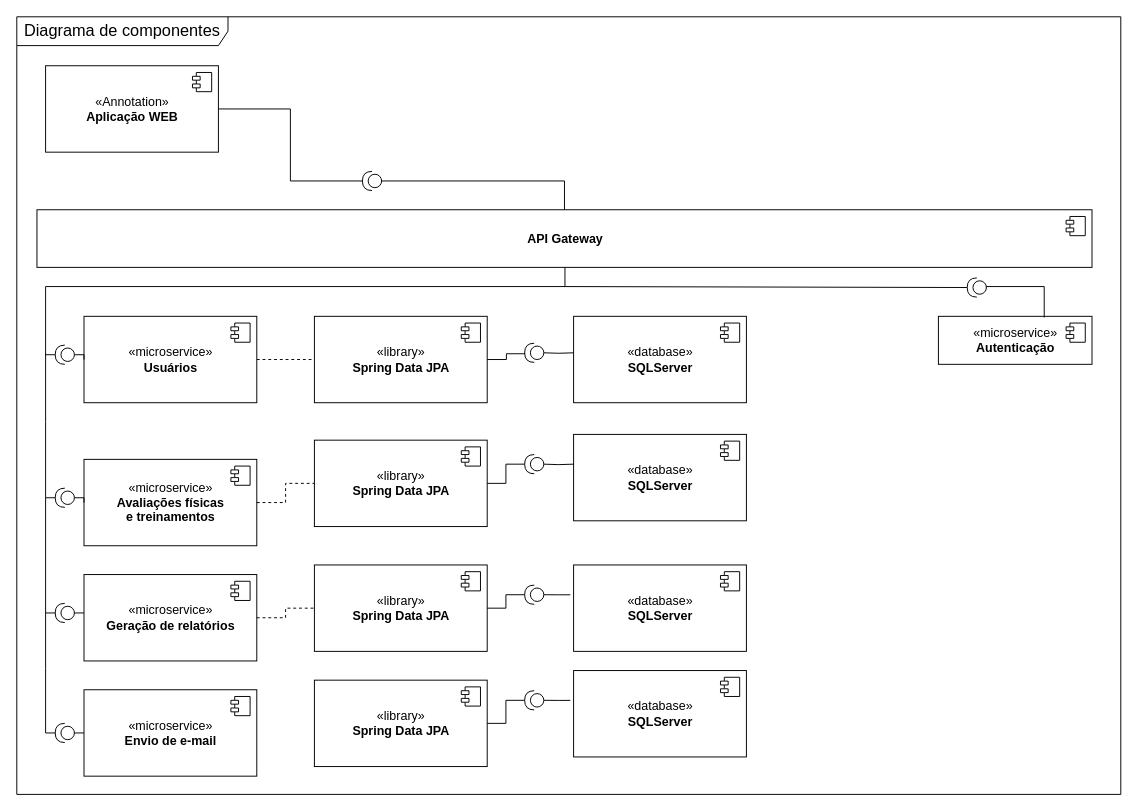
Above: page "Component" (3 of 3) of docs/diagramas.drawio in carloshsjbv/pucminas (draw.io), before the change. Source tidied: cells renumbered, new cells numbered last; positions are measured from the earlier drawing's top-left corner, leaving out a move shared by most shapes. Both pictures are drawn from the tidied source at 96%, with x=0, y=0 at pixel (16, 16).
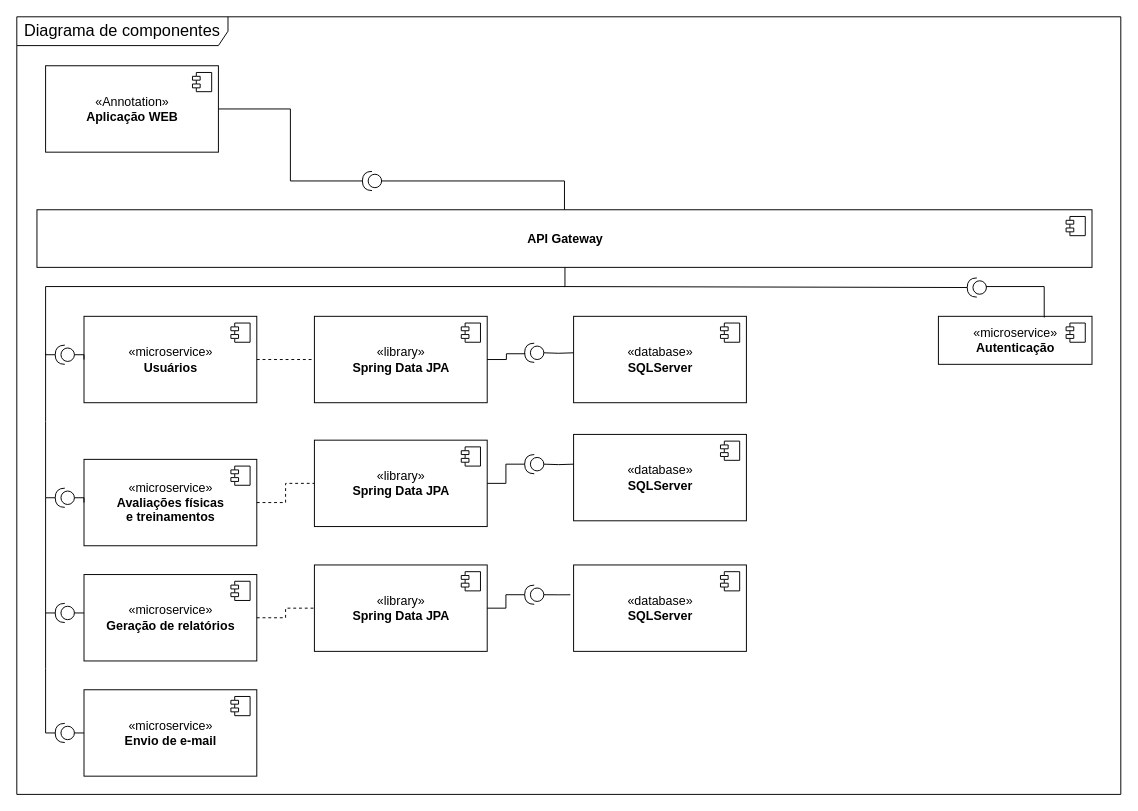
After the change.

Commit message:
Ajustando diagrama de componente

Change to the diagram source:
```diff
@@
-    <mxCell id="53" value="«library»&lt;b&gt;&lt;br&gt;Spring Data JPA&lt;/b&gt;" style="html=1;fontSize=13;" parent="1" vertex="1">
-      <mxGeometry x="310" y="691" width="180" height="90" as="geometry" />
-    </mxCell>
-    <mxCell id="54" style="shape=module;jettyWidth=8;jettyHeight=4;fontSize=13;" parent="53" vertex="1">
-      <mxGeometry x="1" width="20" height="20" relative="1" as="geometry">
-        <mxPoint x="-27" y="7" as="offset" />
-      </mxGeometry>
-    </mxCell>
@@
-    <mxCell id="60" value="«database»&lt;br&gt;&lt;b&gt;SQLServer&lt;/b&gt;" style="html=1;fontSize=13;" parent="1" vertex="1">
-      <mxGeometry x="580" y="681" width="180" height="90" as="geometry" />
-    </mxCell>
-    <mxCell id="61" style="shape=module;jettyWidth=8;jettyHeight=4;fontSize=13;" parent="60" vertex="1">
-      <mxGeometry x="1" width="20" height="20" relative="1" as="geometry">
-        <mxPoint x="-27" y="7" as="offset" />
-      </mxGeometry>
-    </mxCell>
-    <mxCell id="62" style="shape=providedRequiredInterface;html=1;verticalLabelPosition=bottom;sketch=0;rotation=-180;" parent="1" vertex="1">
-      <mxGeometry x="529" y="702" width="20" height="20" as="geometry" />
-    </mxCell>
-    <mxCell id="63" style="endArrow=none;html=1;edgeStyle=orthogonalEdgeStyle;rounded=0;entryX=0;entryY=0.5;entryDx=0;entryDy=0;entryPerimeter=0;exitX=-0.019;exitY=0.345;exitDx=0;exitDy=0;exitPerimeter=0;" parent="1" edge="1" source="60" target="62">
-      <mxGeometry relative="1" as="geometry" />
-    </mxCell>
@@
-    <mxCell id="65" style="endArrow=none;html=1;edgeStyle=orthogonalEdgeStyle;rounded=0;entryX=1;entryY=0.5;entryDx=0;entryDy=0;exitX=1;exitY=0.5;exitDx=0;exitDy=0;exitPerimeter=0;" parent="1" edge="1" source="62" target="53">
-      <mxGeometry relative="1" as="geometry" />
-    </mxCell>
```
